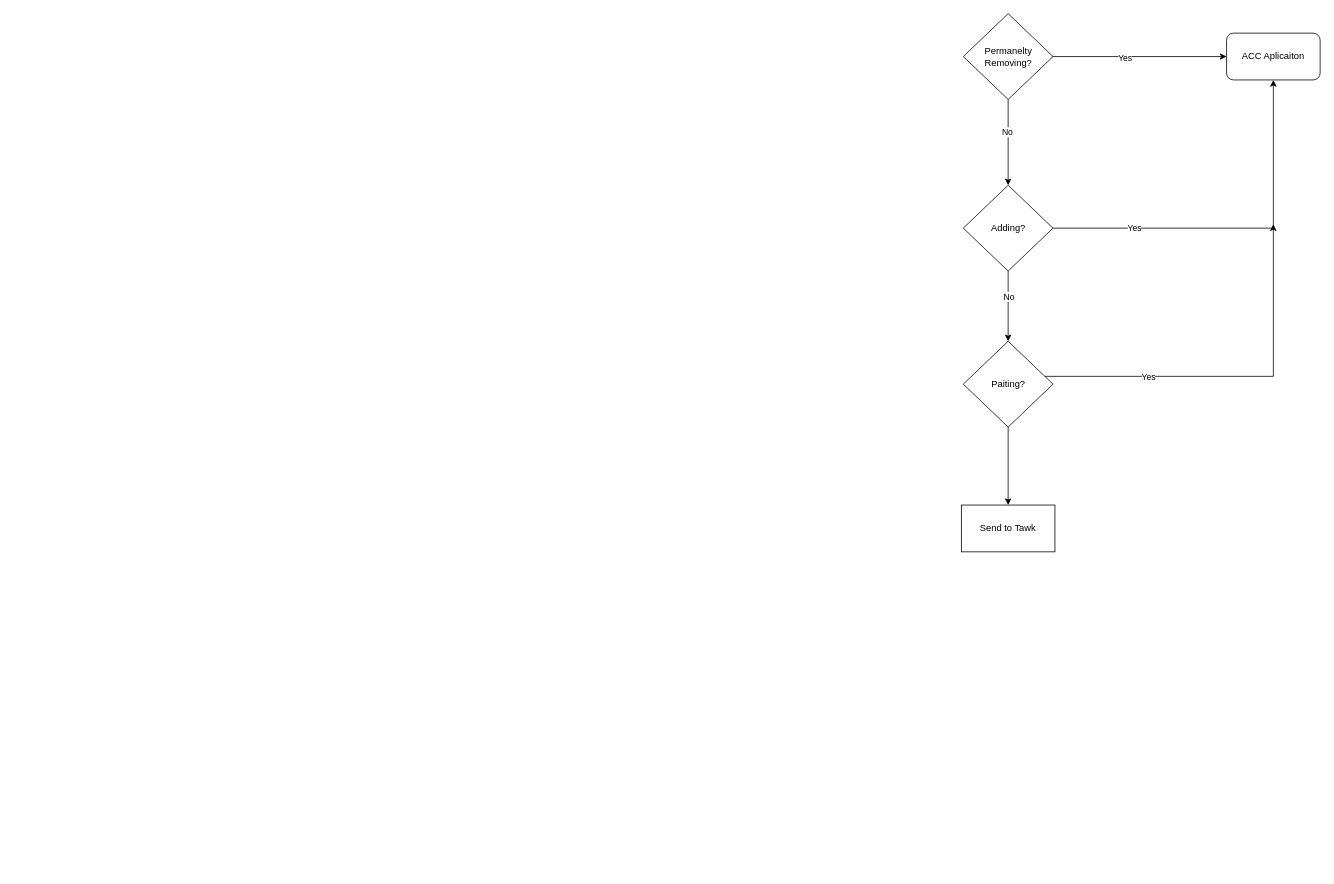
Earlier version of the draw.io diagram Photos/Untitled Diagram.drawio (SegNova/approval). Source tidied: cells renumbered, new cells numbered last; positions are measured from the earlier drawing's top-left corner, leaving out a move shared by most shapes. Both pictures are drawn from the tidied source at 78%, with x=0, y=0 at pixel (961, 13).
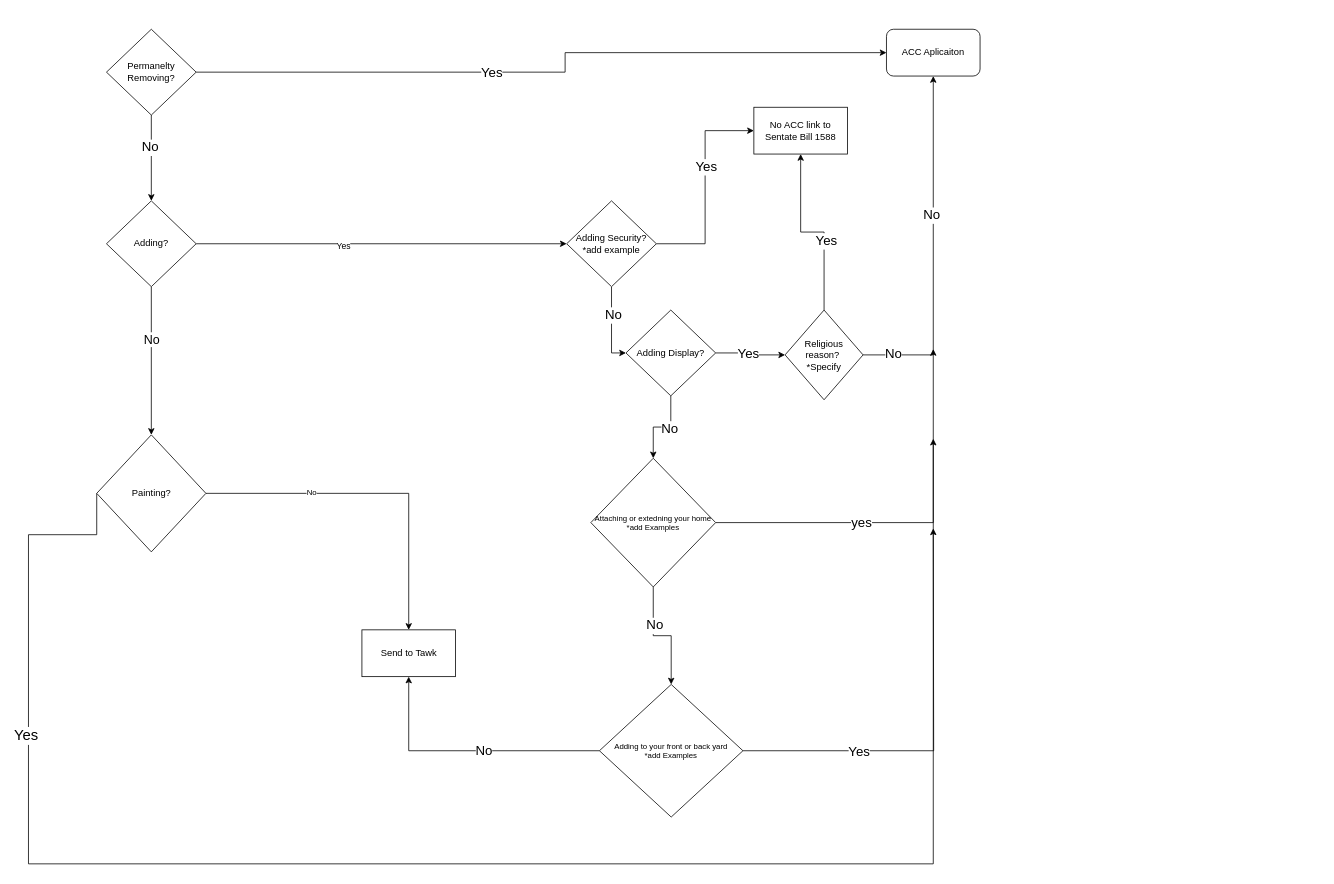
The same page after the edit.

Unchanged cells that the change refers to:
```xml
<mxCell id="4" style="edgeStyle=orthogonalEdgeStyle;rounded=0;jettySize=auto;html=1;" parent="1" edge="1" source="6" target="12">
  <mxGeometry relative="1" as="geometry" />
</mxCell>
<mxCell id="10" style="edgeStyle=orthogonalEdgeStyle;rounded=0;jettySize=auto;html=1;" parent="1" edge="1" source="12" target="16">
  <mxGeometry relative="1" as="geometry" />
</mxCell>
<mxCell id="15" style="edgeStyle=orthogonalEdgeStyle;rounded=0;jettySize=auto;html=1;" parent="1" edge="1" source="16" target="17">
  <mxGeometry relative="1" as="geometry" />
</mxCell>
```

The edit, as a diff of the source:
```diff
@@
-    <mxCell id="2" style="edgeStyle=orthogonalEdgeStyle;rounded=0;jettySize=auto;html=1;" parent="1" edge="1" source="6" target="7">
-      <mxGeometry relative="1" as="geometry" />
+    <mxCell id="2" style="edgeStyle=orthogonalEdgeStyle;rounded=0;jettySize=auto;html=1;exitX=1;exitY=0.5;exitDx=0;exitDy=0;" parent="1" edge="1" source="6" target="7">
+      <mxGeometry relative="1" as="geometry">
+        <Array as="points">
+          <mxPoint x="-508" y="50" />
+        </Array>
+      </mxGeometry>
     </mxCell>
-    <mxCell id="3" value="Yes" style="edgeLabel;html=1;align=center;verticalAlign=middle;" parent="2" vertex="1">
+    <mxCell id="3" value="Yes" style="edgeLabel;html=1;align=center;verticalAlign=middle;fontSize=17;" parent="2" vertex="1">
       <mxGeometry x="-0.17" y="-1" relative="1" as="geometry" />
     </mxCell>
@@
-    <mxCell id="5" value="No" style="edgeLabel;html=1;align=center;verticalAlign=middle;" parent="4" vertex="1">
+    <mxCell id="5" value="No" style="edgeLabel;html=1;align=center;verticalAlign=middle;fontSize=17;" parent="4" vertex="1">
       <mxGeometry x="-0.26" y="-2" relative="1" as="geometry" />
     </mxCell>
     <mxCell id="6" value="Permanelty Removing?" style="rhombus;whiteSpace=wrap;html=1;" parent="1" vertex="1">
-      <mxGeometry x="2.5" width="115" height="110" as="geometry" />
+      <mxGeometry x="-1096" y="20" width="115" height="110" as="geometry" />
     </mxCell>
     <mxCell id="7" value="ACC Aplicaiton" style="rounded=1;whiteSpace=wrap;html=1;" parent="1" vertex="1">
-      <mxGeometry x="340" y="25" width="120" height="60" as="geometry" />
+      <mxGeometry x="-96" y="20" width="120" height="60" as="geometry" />
     </mxCell>
-    <mxCell id="8" style="edgeStyle=orthogonalEdgeStyle;rounded=0;jettySize=auto;html=1;entryX=0.5;entryY=1;entryDx=0;entryDy=0;" parent="1" edge="1" source="12" target="7">
-      <mxGeometry relative="1" as="geometry" />
-    </mxCell>
-    <mxCell id="9" value="Yes" style="edgeLabel;html=1;align=center;verticalAlign=middle;" parent="8" vertex="1">
-      <mxGeometry x="-0.56" y="1" relative="1" as="geometry" />
-    </mxCell>
@@
-    <mxCell id="11" value="No" style="edgeLabel;html=1;align=center;verticalAlign=middle;" parent="10" vertex="1">
+    <mxCell id="11" value="No" style="edgeLabel;html=1;align=center;verticalAlign=middle;fontSize=16;" parent="10" vertex="1">
       <mxGeometry x="-0.29" relative="1" as="geometry" />
     </mxCell>
+    <mxCell id="18" style="edgeStyle=orthogonalEdgeStyle;rounded=0;jettySize=auto;html=1;" parent="1" edge="1" source="12" target="27">
+      <mxGeometry relative="1" as="geometry" />
+    </mxCell>
+    <mxCell id="19" value="Yes" style="edgeLabel;html=1;align=center;verticalAlign=middle;" parent="18" vertex="1">
+      <mxGeometry x="-0.21" y="-2" relative="1" as="geometry" />
+    </mxCell>
     <mxCell id="12" value="Adding?" style="rhombus;whiteSpace=wrap;html=1;" parent="1" vertex="1">
-      <mxGeometry x="2.5" y="220" width="115" height="110" as="geometry" />
+      <mxGeometry x="-1096" y="240" width="115" height="110" as="geometry" />
     </mxCell>
-    <mxCell id="13" style="edgeStyle=orthogonalEdgeStyle;rounded=0;jettySize=auto;html=1;" parent="1" edge="1" source="16">
-      <mxGeometry relative="1" as="geometry">
-        <mxPoint x="400" y="270" as="targetPoint" />
-        <Array as="points">
-          <mxPoint x="400" y="465" />
-        </Array>
-      </mxGeometry>
-    </mxCell>
-    <mxCell id="14" value="Yes" style="edgeLabel;html=1;align=center;verticalAlign=middle;" parent="13" vertex="1">
-      <mxGeometry x="-0.46" relative="1" as="geometry" />
-    </mxCell>
@@
+    <mxCell id="20" value="No" style="edgeLabel;html=1;align=center;verticalAlign=middle;fontSize=10;" parent="15" vertex="1">
+      <mxGeometry x="-0.38" y="3" relative="1" as="geometry" />
+    </mxCell>
+    <mxCell id="21" style="edgeStyle=orthogonalEdgeStyle;rounded=0;jettySize=auto;html=1;fontSize=10;exitX=0;exitY=0.5;exitDx=0;exitDy=0;" parent="1" edge="1" source="16">
+      <mxGeometry relative="1" as="geometry">
+        <mxPoint x="-36" y="545" as="targetPoint" />
+        <Array as="points">
+          <mxPoint x="-1196" y="668" />
+          <mxPoint x="-1196" y="1090" />
+          <mxPoint x="-36" y="1090" />
+        </Array>
+      </mxGeometry>
+    </mxCell>
+    <mxCell id="22" value="Yes" style="edgeLabel;html=1;align=center;verticalAlign=middle;fontSize=19;" parent="21" vertex="1">
+      <mxGeometry x="-0.65" y="-4" relative="1" as="geometry">
+        <mxPoint y="1" as="offset" />
+      </mxGeometry>
+    </mxCell>
-    <mxCell id="16" value="Paiting?" style="rhombus;whiteSpace=wrap;html=1;" parent="1" vertex="1">
-      <mxGeometry x="2.5" y="420" width="115" height="110" as="geometry" />
+    <mxCell id="16" value="Painting?" style="rhombus;whiteSpace=wrap;html=1;" parent="1" vertex="1">
+      <mxGeometry x="-1108.5" y="540" width="140" height="150" as="geometry" />
     </mxCell>
     <mxCell id="17" value="Send to Tawk" style="whiteSpace=wrap;html=1;" parent="1" vertex="1">
-      <mxGeometry y="630" width="120" height="60" as="geometry" />
+      <mxGeometry x="-768.5" y="790" width="120" height="60" as="geometry" />
     </mxCell>
+    <mxCell id="23" style="edgeStyle=orthogonalEdgeStyle;rounded=0;jettySize=auto;html=1;entryX=0;entryY=0.5;entryDx=0;entryDy=0;" parent="1" edge="1" source="27" target="28">
+      <mxGeometry relative="1" as="geometry" />
+    </mxCell>
+    <mxCell id="24" value="Yes" style="edgeLabel;html=1;align=center;verticalAlign=middle;fontSize=17;" parent="23" vertex="1">
+      <mxGeometry x="-0.36" y="-1" relative="1" as="geometry">
+        <mxPoint y="-75" as="offset" />
+      </mxGeometry>
+    </mxCell>
+    <mxCell id="25" style="edgeStyle=orthogonalEdgeStyle;rounded=0;jettySize=auto;html=1;" parent="1" edge="1" source="27" target="33">
+      <mxGeometry relative="1" as="geometry">
+        <Array as="points">
+          <mxPoint x="-371" y="435" />
+        </Array>
+      </mxGeometry>
+    </mxCell>
+    <mxCell id="26" value="No" style="edgeLabel;html=1;align=center;verticalAlign=middle;fontSize=17;" parent="25" vertex="1">
+      <mxGeometry x="-0.31" y="2" relative="1" as="geometry" />
+    </mxCell>
+    <mxCell id="27" value="Adding Security?&lt;br&gt;*add example" style="rhombus;whiteSpace=wrap;html=1;" parent="1" vertex="1">
+      <mxGeometry x="-506" y="240" width="115" height="110" as="geometry" />
+    </mxCell>
+    <mxCell id="28" value="No ACC link to Sentate Bill 1588" style="rounded=0;whiteSpace=wrap;html=1;" parent="1" vertex="1">
+      <mxGeometry x="-266" y="120" width="120" height="60" as="geometry" />
+    </mxCell>
+    <mxCell id="29" style="edgeStyle=orthogonalEdgeStyle;rounded=0;jettySize=auto;html=1;" parent="1" edge="1" source="33" target="39">
+      <mxGeometry relative="1" as="geometry" />
+    </mxCell>
+    <mxCell id="30" value="Yes" style="edgeLabel;html=1;align=center;verticalAlign=middle;fontSize=17;" parent="29" vertex="1">
+      <mxGeometry x="-0.11" y="-1" relative="1" as="geometry" />
+    </mxCell>
+    <mxCell id="31" style="edgeStyle=orthogonalEdgeStyle;rounded=0;jettySize=auto;html=1;" parent="1" edge="1" source="33" target="44">
+      <mxGeometry relative="1" as="geometry" />
+    </mxCell>
+    <mxCell id="32" value="No" style="edgeLabel;html=1;align=center;verticalAlign=middle;fontSize=17;" parent="31" vertex="1">
+      <mxGeometry x="-0.19" y="2" relative="1" as="geometry" />
+    </mxCell>
+    <mxCell id="33" value="Adding Display?" style="rhombus;whiteSpace=wrap;html=1;" parent="1" vertex="1">
+      <mxGeometry x="-430" y="380" width="115" height="110" as="geometry" />
+    </mxCell>
+    <mxCell id="34" style="edgeStyle=orthogonalEdgeStyle;rounded=0;jettySize=auto;html=1;" parent="1" edge="1" source="39" target="28">
+      <mxGeometry relative="1" as="geometry" />
+    </mxCell>
+    <mxCell id="35" value="Yes" style="edgeLabel;html=1;align=center;verticalAlign=middle;fontSize=17;" parent="34" vertex="1">
+      <mxGeometry x="-0.23" y="-2" relative="1" as="geometry" />
+    </mxCell>
+    <mxCell id="36" style="edgeStyle=orthogonalEdgeStyle;rounded=0;jettySize=auto;html=1;" parent="1" edge="1" source="39" target="7">
+      <mxGeometry relative="1" as="geometry" />
+    </mxCell>
+    <mxCell id="37" value="No" style="edgeLabel;html=1;align=center;verticalAlign=middle;fontSize=17;" parent="36" vertex="1">
+      <mxGeometry x="0.2" y="3" relative="1" as="geometry" />
+    </mxCell>
+    <mxCell id="38" value="No" style="edgeLabel;html=1;align=center;verticalAlign=middle;fontSize=17;" parent="36" vertex="1">
+      <mxGeometry x="-0.83" y="1" relative="1" as="geometry" />
+    </mxCell>
+    <mxCell id="39" value="Religious reason?&amp;nbsp;&lt;br&gt;*Specify" style="rhombus;whiteSpace=wrap;html=1;" parent="1" vertex="1">
+      <mxGeometry x="-226" y="380" width="100" height="115" as="geometry" />
+    </mxCell>
+    <mxCell id="40" style="edgeStyle=orthogonalEdgeStyle;rounded=0;jettySize=auto;html=1;exitX=1;exitY=0.5;exitDx=0;exitDy=0;" parent="1" edge="1" source="44">
+      <mxGeometry relative="1" as="geometry">
+        <mxPoint x="-36" y="430" as="targetPoint" />
+        <Array as="points">
+          <mxPoint x="-36" y="652" />
+        </Array>
+      </mxGeometry>
+    </mxCell>
+    <mxCell id="41" value="yes" style="edgeLabel;html=1;align=center;verticalAlign=middle;fontSize=17;" parent="40" vertex="1">
+      <mxGeometry x="-0.26" y="-1" relative="1" as="geometry" />
+    </mxCell>
+    <mxCell id="42" style="edgeStyle=orthogonalEdgeStyle;rounded=0;jettySize=auto;html=1;" parent="1" edge="1" source="44" target="49">
+      <mxGeometry relative="1" as="geometry" />
+    </mxCell>
+    <mxCell id="43" value="No" style="edgeLabel;html=1;align=center;verticalAlign=middle;fontSize=17;" parent="42" vertex="1">
+      <mxGeometry x="-0.34" y="1" relative="1" as="geometry" />
+    </mxCell>
+    <mxCell id="44" value="Attaching or extedning your home&lt;br&gt;*add Examples" style="rhombus;whiteSpace=wrap;html=1;fontSize=10;" parent="1" vertex="1">
+      <mxGeometry x="-475" y="570" width="160" height="165" as="geometry" />
+    </mxCell>
+    <mxCell id="45" style="edgeStyle=orthogonalEdgeStyle;rounded=0;jettySize=auto;html=1;" parent="1" edge="1" source="49">
+      <mxGeometry relative="1" as="geometry">
+        <mxPoint x="-36" y="660" as="targetPoint" />
+      </mxGeometry>
+    </mxCell>
+    <mxCell id="46" value="Yes" style="edgeLabel;html=1;align=center;verticalAlign=middle;fontSize=17;" parent="45" vertex="1">
+      <mxGeometry x="-0.44" y="-1" relative="1" as="geometry" />
+    </mxCell>
+    <mxCell id="47" style="edgeStyle=orthogonalEdgeStyle;rounded=0;jettySize=auto;html=1;" parent="1" edge="1" source="49" target="17">
+      <mxGeometry relative="1" as="geometry" />
+    </mxCell>
+    <mxCell id="48" value="No" style="edgeLabel;html=1;align=center;verticalAlign=middle;fontSize=17;" parent="47" vertex="1">
+      <mxGeometry x="-0.12" relative="1" as="geometry" />
+    </mxCell>
+    <mxCell id="49" value="Adding to your front or back yard&lt;br style=&quot;font-size: 10px;&quot;&gt;*add Examples" style="rhombus;whiteSpace=wrap;html=1;fontSize=10;" parent="1" vertex="1">
+      <mxGeometry x="-464" y="860" width="184" height="170" as="geometry" />
+    </mxCell>
```
